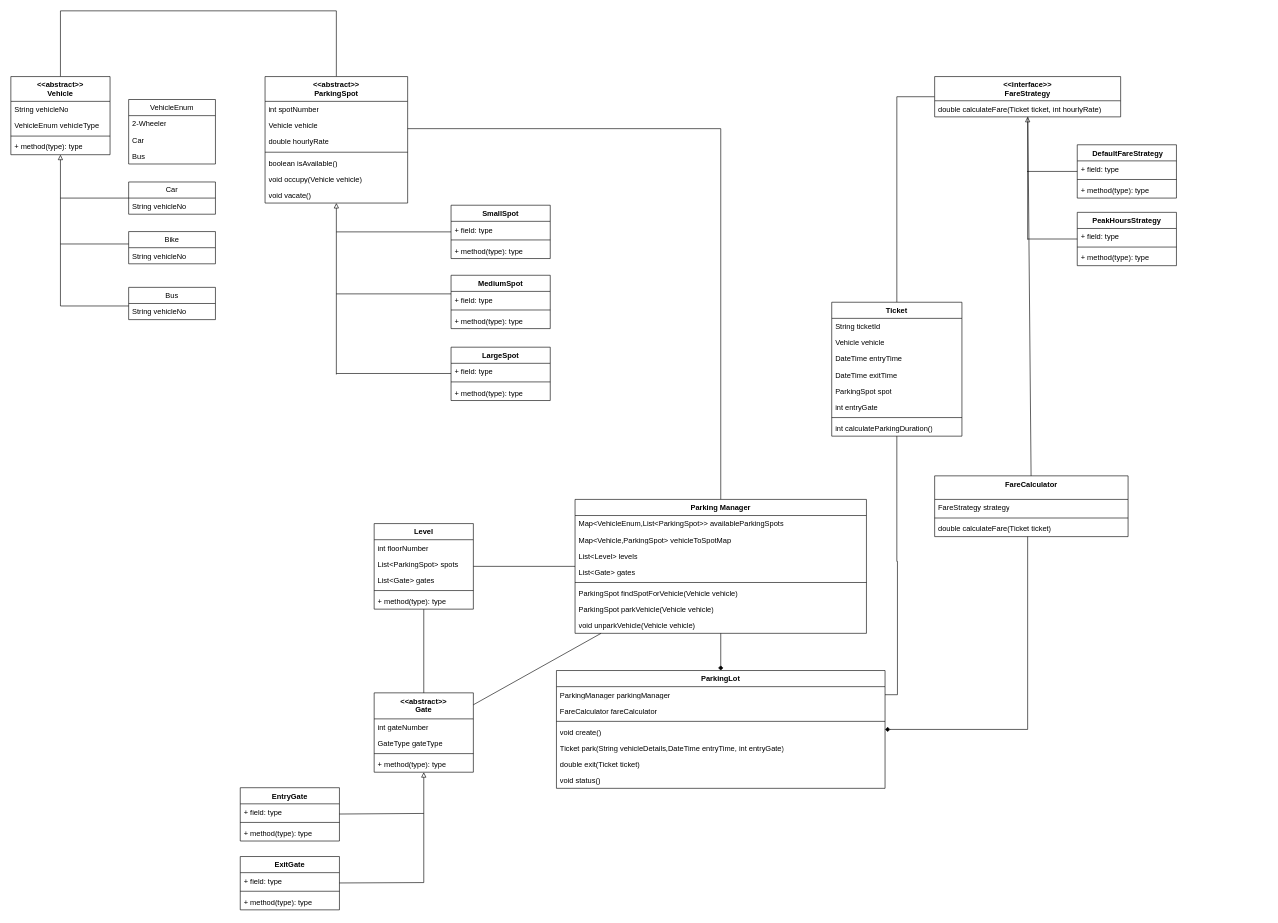
The draw.io diagram MultiLevelParkingLot.drawio in akshat-code21/multilevel_parking_lot, before the edit. Source tidied: cells renumbered, new cells numbered last; positions are measured from the earlier drawing's top-left corner, leaving out a move shared by most shapes. Both pictures are drawn from the tidied source at 62%, with x=0, y=0 at pixel (11, 11).
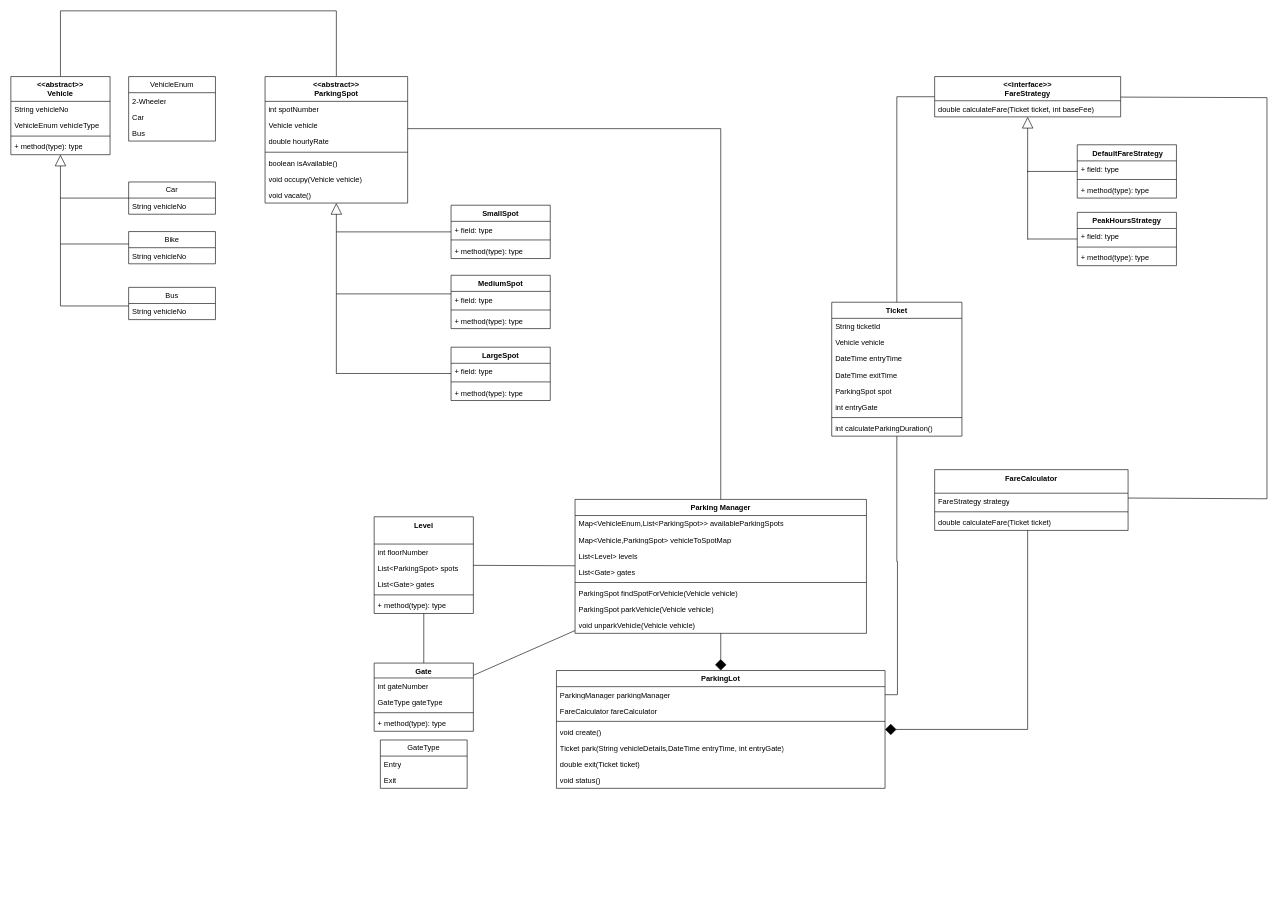
The same page after the edit.

Unchanged cells that the change refers to:
```xml
<mxCell id="3" value="&amp;lt;&amp;lt;abstract&amp;gt;&amp;gt;&lt;div&gt;Vehicle&lt;/div&gt;" style="swimlane;fontStyle=1;align=center;verticalAlign=top;horizontal=1;startSize=40;whiteSpace=wrap;html=1;labelBackgroundColor=none;rounded=0;" parent="1" vertex="1">
  <mxGeometry y="106" width="160" height="126" as="geometry" />
</mxCell>
<mxCell id="34" value="Parking Manager" style="swimlane;fontStyle=1;align=center;verticalAlign=top;horizontal=1;startSize=26;whiteSpace=wrap;html=1;labelBackgroundColor=none;rounded=0;" parent="1" vertex="1">
  <mxGeometry x="910" y="788" width="470" height="216" as="geometry" />
</mxCell>
<mxCell id="43" value="&lt;div&gt;&amp;lt;&amp;lt;abstract&amp;gt;&amp;gt;&lt;/div&gt;ParkingSpot" style="swimlane;fontStyle=1;align=center;verticalAlign=top;horizontal=1;startSize=40;whiteSpace=wrap;html=1;labelBackgroundColor=none;rounded=0;" parent="1" vertex="1">
  <mxGeometry x="410" y="106" width="230" height="204" as="geometry" />
</mxCell>
<mxCell id="67" value="ParkingLot" style="swimlane;fontStyle=1;align=center;verticalAlign=top;horizontal=1;startSize=26;whiteSpace=wrap;html=1;labelBackgroundColor=none;rounded=0;" parent="1" vertex="1">
  <mxGeometry x="880" y="1064" width="530" height="190" as="geometry" />
</mxCell>
<mxCell id="80" value="&amp;lt;&amp;lt;interface&amp;gt;&amp;gt;&lt;div&gt;FareStrategy&lt;/div&gt;" style="swimlane;fontStyle=1;align=center;verticalAlign=top;horizontal=1;startSize=39;whiteSpace=wrap;html=1;labelBackgroundColor=none;rounded=0;" parent="1" vertex="1">
  <mxGeometry x="1490" y="106" width="300" height="65" as="geometry" />
</mxCell>
```

Change to the diagram source:
```diff
@@
     <mxCell id="8" value="VehicleEnum" style="swimlane;fontStyle=0;horizontal=1;startSize=26;fillColor=none;whiteSpace=wrap;html=1;labelBackgroundColor=none;rounded=0;" parent="1" vertex="1">
-      <mxGeometry x="190" y="143" width="140" height="104" as="geometry" />
+      <mxGeometry x="190" y="106" width="140" height="104" as="geometry" />
     </mxCell>
@@
-    <mxCell id="18" style="edgeStyle=none;jettySize=auto;html=1;rounded=0;endArrow=block;endFill=0;labelBackgroundColor=none;fontColor=default;" parent="1" edge="1" target="3">
+    <mxCell id="18" style="edgeStyle=none;jettySize=auto;html=1;rounded=0;endArrow=block;endFill=0;labelBackgroundColor=none;fontColor=default;startSize=16;endSize=16;" parent="1" edge="1" target="3">
       <mxGeometry relative="1" as="geometry">
         <mxPoint x="80" y="476" as="sourcePoint" />
       </mxGeometry>
     </mxCell>
@@
-    <mxCell id="32" style="edgeStyle=orthogonalEdgeStyle;rounded=0;jettySize=auto;html=1;endArrow=diamond;endFill=1;labelBackgroundColor=none;fontColor=default;" parent="1" edge="1" source="34" target="67">
+    <mxCell id="32" style="edgeStyle=orthogonalEdgeStyle;rounded=0;jettySize=auto;html=1;endArrow=diamond;endFill=1;labelBackgroundColor=none;fontColor=default;startSize=16;endSize=16;" parent="1" edge="1" source="34" target="67">
       <mxGeometry relative="1" as="geometry" />
     </mxCell>
@@
-    <mxCell id="63" style="edgeStyle=none;jettySize=auto;html=1;rounded=0;endArrow=block;endFill=0;labelBackgroundColor=none;fontColor=default;" parent="1" edge="1" target="43">
+    <mxCell id="63" style="edgeStyle=none;jettySize=auto;html=1;rounded=0;endArrow=block;endFill=0;labelBackgroundColor=none;fontColor=default;strokeColor=default;align=center;verticalAlign=middle;fontFamily=Helvetica;fontSize=11;startSize=16;endSize=16;" parent="1" edge="1" target="43">
       <mxGeometry relative="1" as="geometry">
-        <mxPoint x="525" y="586.5" as="sourcePoint" />
+        <mxPoint x="525" y="585.5" as="sourcePoint" />
       </mxGeometry>
     </mxCell>
@@
-    <mxCell id="75" style="edgeStyle=orthogonalEdgeStyle;rounded=0;jettySize=auto;html=1;endArrow=diamond;endFill=1;labelBackgroundColor=none;fontColor=default;" parent="1" edge="1" source="76" target="67">
+    <mxCell id="75" style="edgeStyle=orthogonalEdgeStyle;rounded=0;jettySize=auto;html=1;endArrow=diamond;endFill=1;labelBackgroundColor=none;fontColor=default;strokeColor=default;align=center;verticalAlign=middle;fontFamily=Helvetica;fontSize=11;startSize=16;endSize=16;" parent="1" edge="1" source="76" target="67">
       <mxGeometry relative="1" as="geometry">
         <Array as="points">
           <mxPoint x="1640" y="1159" />
         </Array>
       </mxGeometry>
     </mxCell>
     <mxCell id="76" value="&lt;div&gt;&lt;span style=&quot;background-color: transparent; color: light-dark(rgb(0, 0, 0), rgb(255, 255, 255));&quot;&gt;FareCalculator&lt;/span&gt;&lt;/div&gt;" style="swimlane;fontStyle=1;align=center;verticalAlign=top;horizontal=1;startSize=38;whiteSpace=wrap;html=1;labelBackgroundColor=none;rounded=0;" parent="1" vertex="1">
-      <mxGeometry x="1490" y="750" width="312" height="98" as="geometry" />
+      <mxGeometry x="1490" y="740" width="312" height="98" as="geometry" />
     </mxCell>
@@
-    <mxCell id="81" value="double calculateFare(Ticket ticket, int hourlyRate)" style="text;strokeColor=none;fillColor=none;align=left;verticalAlign=top;spacingLeft=4;spacingRight=4;overflow=hidden;whiteSpace=wrap;html=1;labelBackgroundColor=none;rounded=0;" parent="80" vertex="1">
+    <mxCell id="81" value="double calculateFare(Ticket ticket, int baseFee)" style="text;strokeColor=none;fillColor=none;align=left;verticalAlign=top;spacingLeft=4;spacingRight=4;overflow=hidden;whiteSpace=wrap;html=1;labelBackgroundColor=none;rounded=0;" parent="80" vertex="1">
       <mxGeometry y="39" width="300" height="26" as="geometry" />
     </mxCell>
@@
-    <mxCell id="90" style="edgeStyle=none;jettySize=auto;html=1;rounded=0;endArrow=block;endFill=0;labelBackgroundColor=none;fontColor=default;" parent="1" edge="1" target="80">
+    <mxCell id="90" style="edgeStyle=none;jettySize=auto;html=1;rounded=0;endArrow=block;endFill=0;labelBackgroundColor=none;fontColor=default;strokeColor=default;align=center;verticalAlign=middle;fontFamily=Helvetica;fontSize=11;startSize=16;endSize=16;" parent="1" edge="1" target="80">
       <mxGeometry relative="1" as="geometry">
         <mxPoint x="1640" y="369" as="sourcePoint" />
       </mxGeometry>
     </mxCell>
@@
-    <mxCell id="94" value="Level" style="swimlane;fontStyle=1;align=center;verticalAlign=top;horizontal=1;startSize=26;whiteSpace=wrap;html=1;" parent="1" vertex="1">
-      <mxGeometry x="586" y="827" width="160" height="138" as="geometry" />
+    <mxCell id="94" value="&lt;div&gt;&lt;span style=&quot;background-color: transparent; color: light-dark(rgb(0, 0, 0), rgb(255, 255, 255));&quot;&gt;Level&lt;/span&gt;&lt;/div&gt;" style="swimlane;fontStyle=1;align=center;verticalAlign=top;horizontal=1;startSize=44;whiteSpace=wrap;html=1;" parent="1" vertex="1">
+      <mxGeometry x="586" y="816" width="160" height="156" as="geometry" />
     </mxCell>
     <mxCell id="95" value="int floorNumber" style="text;strokeColor=none;fillColor=none;align=left;verticalAlign=top;spacingLeft=4;spacingRight=4;overflow=hidden;whiteSpace=wrap;html=1;" parent="94" vertex="1">
-      <mxGeometry y="26" width="160" height="26" as="geometry" />
+      <mxGeometry y="44" width="160" height="26" as="geometry" />
     </mxCell>
     <mxCell id="96" value="List&amp;lt;ParkingSpot&amp;gt; spots" style="text;strokeColor=none;fillColor=none;align=left;verticalAlign=top;spacingLeft=4;spacingRight=4;overflow=hidden;whiteSpace=wrap;html=1;" parent="94" vertex="1">
-      <mxGeometry y="52" width="160" height="26" as="geometry" />
+      <mxGeometry y="70" width="160" height="26" as="geometry" />
     </mxCell>
     <mxCell id="97" value="List&amp;lt;Gate&amp;gt; gates" style="text;strokeColor=none;fillColor=none;align=left;verticalAlign=top;spacingLeft=4;spacingRight=4;overflow=hidden;whiteSpace=wrap;html=1;" parent="94" vertex="1">
-      <mxGeometry y="78" width="160" height="26" as="geometry" />
+      <mxGeometry y="96" width="160" height="26" as="geometry" />
     </mxCell>
     <mxCell id="98" style="line;strokeWidth=1;fillColor=none;align=left;verticalAlign=middle;spacingTop=-1;spacingLeft=3;spacingRight=3;labelPosition=right;strokeColor=inherit;" parent="94" vertex="1">
-      <mxGeometry y="104" width="160" height="8" as="geometry" />
+      <mxGeometry y="122" width="160" height="8" as="geometry" />
     </mxCell>
     <mxCell id="99" value="+ method(type): type" style="text;strokeColor=none;fillColor=none;align=left;verticalAlign=top;spacingLeft=4;spacingRight=4;overflow=hidden;whiteSpace=wrap;html=1;" parent="94" vertex="1">
-      <mxGeometry y="112" width="160" height="26" as="geometry" />
+      <mxGeometry y="130" width="160" height="26" as="geometry" />
     </mxCell>
-    <mxCell id="100" value="&amp;lt;&amp;lt;abstract&amp;gt;&amp;gt;&lt;div&gt;Gate&lt;/div&gt;" style="swimlane;fontStyle=1;align=center;verticalAlign=top;horizontal=1;startSize=42;whiteSpace=wrap;html=1;" parent="1" vertex="1">
-      <mxGeometry x="586" y="1100" width="160" height="128" as="geometry" />
+    <mxCell id="100" value="Gate" style="swimlane;fontStyle=1;align=center;verticalAlign=top;horizontal=1;startSize=24;whiteSpace=wrap;html=1;" parent="1" vertex="1">
+      <mxGeometry x="586" y="1052" width="160" height="110" as="geometry" />
     </mxCell>
     <mxCell id="101" value="int gateNumber" style="text;strokeColor=none;fillColor=none;align=left;verticalAlign=top;spacingLeft=4;spacingRight=4;overflow=hidden;whiteSpace=wrap;html=1;" parent="100" vertex="1">
-      <mxGeometry y="42" width="160" height="26" as="geometry" />
+      <mxGeometry y="24" width="160" height="26" as="geometry" />
     </mxCell>
     <mxCell id="102" value="GateType gateType" style="text;strokeColor=none;fillColor=none;align=left;verticalAlign=top;spacingLeft=4;spacingRight=4;overflow=hidden;whiteSpace=wrap;html=1;" parent="100" vertex="1">
-      <mxGeometry y="68" width="160" height="26" as="geometry" />
+      <mxGeometry y="50" width="160" height="26" as="geometry" />
     </mxCell>
     <mxCell id="103" style="line;strokeWidth=1;fillColor=none;align=left;verticalAlign=middle;spacingTop=-1;spacingLeft=3;spacingRight=3;labelPosition=right;strokeColor=inherit;" parent="100" vertex="1">
-      <mxGeometry y="94" width="160" height="8" as="geometry" />
+      <mxGeometry y="76" width="160" height="8" as="geometry" />
     </mxCell>
     <mxCell id="104" value="+ method(type): type" style="text;strokeColor=none;fillColor=none;align=left;verticalAlign=top;spacingLeft=4;spacingRight=4;overflow=hidden;whiteSpace=wrap;html=1;" parent="100" vertex="1">
-      <mxGeometry y="102" width="160" height="26" as="geometry" />
+      <mxGeometry y="84" width="160" height="26" as="geometry" />
     </mxCell>
-    <mxCell id="105" value="EntryGate" style="swimlane;fontStyle=1;align=center;verticalAlign=top;horizontal=1;startSize=26;whiteSpace=wrap;html=1;" parent="1" vertex="1">
-      <mxGeometry x="370" y="1253" width="160" height="86" as="geometry" />
-    </mxCell>
-    <mxCell id="106" value="+ field: type" style="text;strokeColor=none;fillColor=none;align=left;verticalAlign=top;spacingLeft=4;spacingRight=4;overflow=hidden;whiteSpace=wrap;html=1;" parent="105" vertex="1">
-      <mxGeometry y="26" width="160" height="26" as="geometry" />
-    </mxCell>
-    <mxCell id="107" style="line;strokeWidth=1;fillColor=none;align=left;verticalAlign=middle;spacingTop=-1;spacingLeft=3;spacingRight=3;labelPosition=right;strokeColor=inherit;" parent="105" vertex="1">
-      <mxGeometry y="52" width="160" height="8" as="geometry" />
-    </mxCell>
-    <mxCell id="108" value="+ method(type): type" style="text;strokeColor=none;fillColor=none;align=left;verticalAlign=top;spacingLeft=4;spacingRight=4;overflow=hidden;whiteSpace=wrap;html=1;" parent="105" vertex="1">
-      <mxGeometry y="60" width="160" height="26" as="geometry" />
-    </mxCell>
-    <mxCell id="109" value="ExitGate" style="swimlane;fontStyle=1;align=center;verticalAlign=top;horizontal=1;startSize=26;whiteSpace=wrap;html=1;" parent="1" vertex="1">
-      <mxGeometry x="370" y="1364" width="160" height="86" as="geometry" />
-    </mxCell>
-    <mxCell id="110" value="+ field: type" style="text;strokeColor=none;fillColor=none;align=left;verticalAlign=top;spacingLeft=4;spacingRight=4;overflow=hidden;whiteSpace=wrap;html=1;" parent="109" vertex="1">
-      <mxGeometry y="26" width="160" height="26" as="geometry" />
-    </mxCell>
-    <mxCell id="111" style="line;strokeWidth=1;fillColor=none;align=left;verticalAlign=middle;spacingTop=-1;spacingLeft=3;spacingRight=3;labelPosition=right;strokeColor=inherit;" parent="109" vertex="1">
-      <mxGeometry y="52" width="160" height="8" as="geometry" />
-    </mxCell>
-    <mxCell id="112" value="+ method(type): type" style="text;strokeColor=none;fillColor=none;align=left;verticalAlign=top;spacingLeft=4;spacingRight=4;overflow=hidden;whiteSpace=wrap;html=1;" parent="109" vertex="1">
-      <mxGeometry y="60" width="160" height="26" as="geometry" />
-    </mxCell>
-    <mxCell id="113" style="edgeStyle=none;jettySize=auto;html=1;rounded=0;endArrow=block;endFill=0;" parent="1" edge="1" target="100">
-      <mxGeometry relative="1" as="geometry">
-        <mxPoint x="666" y="1406" as="sourcePoint" />
-      </mxGeometry>
-    </mxCell>
-    <mxCell id="114" style="edgeStyle=none;jettySize=auto;html=1;rounded=0;endArrow=none;endFill=0;" parent="1" edge="1" target="105">
-      <mxGeometry relative="1" as="geometry">
-        <mxPoint x="666" y="1294.5" as="sourcePoint" />
-      </mxGeometry>
-    </mxCell>
-    <mxCell id="115" style="edgeStyle=none;jettySize=auto;html=1;rounded=0;endArrow=none;endFill=0;" parent="1" edge="1" target="109">
-      <mxGeometry relative="1" as="geometry">
-        <mxPoint x="666" y="1406" as="sourcePoint" />
-      </mxGeometry>
-    </mxCell>
@@
-    <mxCell id="119" style="edgeStyle=none;jettySize=auto;html=1;rounded=0;endArrow=none;endFill=0;" parent="1" edge="1" source="80" target="76">
-      <mxGeometry relative="1" as="geometry" />
+    <mxCell id="119" style="edgeStyle=none;jettySize=auto;html=1;rounded=0;endArrow=none;endFill=0;strokeWidth=1;startSize=10;endSize=10;" parent="1" edge="1" source="80">
+      <mxGeometry relative="1" as="geometry">
+        <mxPoint x="1802" y="785.8" as="targetPoint" />
+        <Array as="points">
+          <mxPoint x="2026" y="140" />
+          <mxPoint x="2026" y="787" />
+        </Array>
+      </mxGeometry>
     </mxCell>
+    <mxCell id="120" value="GateType" style="swimlane;fontStyle=0;horizontal=1;startSize=26;fillColor=none;whiteSpace=wrap;html=1;" parent="1" vertex="1">
+      <mxGeometry x="596" y="1176" width="140" height="78" as="geometry" />
+    </mxCell>
+    <mxCell id="121" value="Entry" style="text;strokeColor=none;fillColor=none;align=left;verticalAlign=top;spacingLeft=4;spacingRight=4;overflow=hidden;whiteSpace=wrap;html=1;" parent="120" vertex="1">
+      <mxGeometry y="26" width="140" height="26" as="geometry" />
+    </mxCell>
+    <mxCell id="122" value="Exit" style="text;strokeColor=none;fillColor=none;align=left;verticalAlign=top;spacingLeft=4;spacingRight=4;overflow=hidden;whiteSpace=wrap;html=1;" parent="120" vertex="1">
+      <mxGeometry y="52" width="140" height="26" as="geometry" />
+    </mxCell>
```
